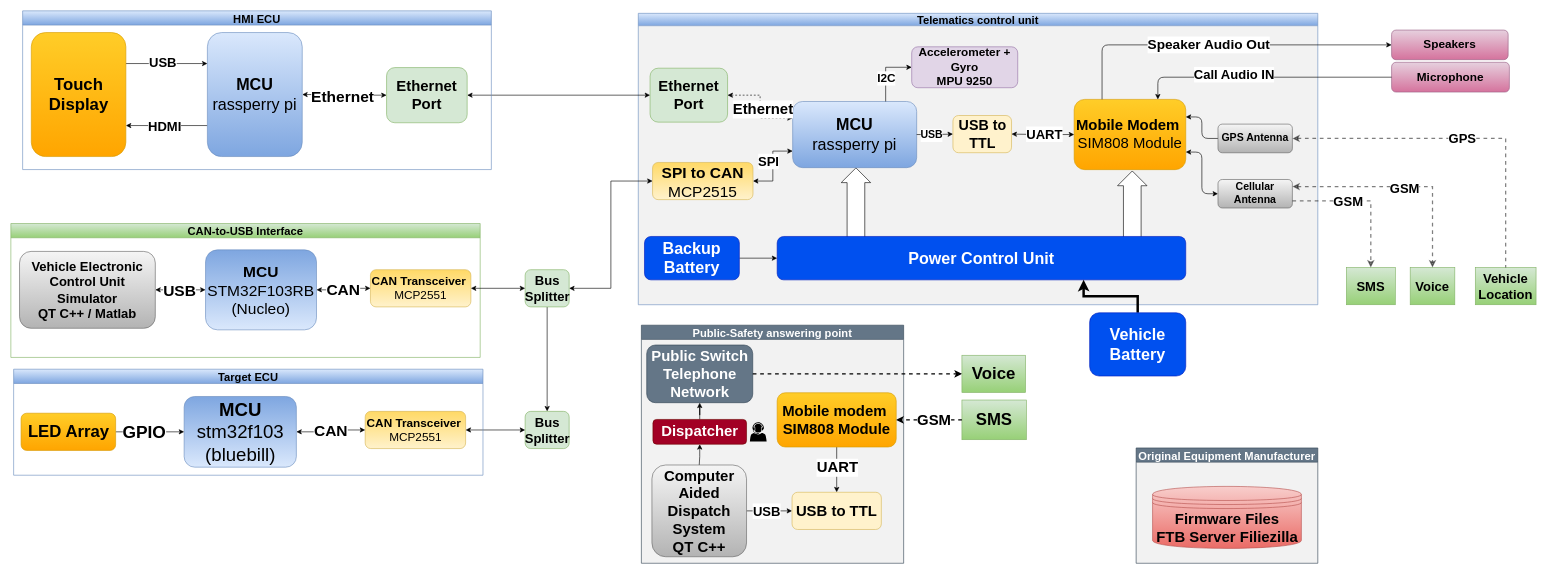
Before: Documentations/BlockDigrams/Valeo V2.drawio in Ahmeddsherrif/GP_TCU, a draw.io diagram. Source tidied: cells renumbered, new cells numbered last; positions are measured from the earlier drawing's top-left corner, leaving out a move shared by most shapes. Both pictures are drawn from the tidied source at 62%, with x=0, y=0 at pixel (11, 11).
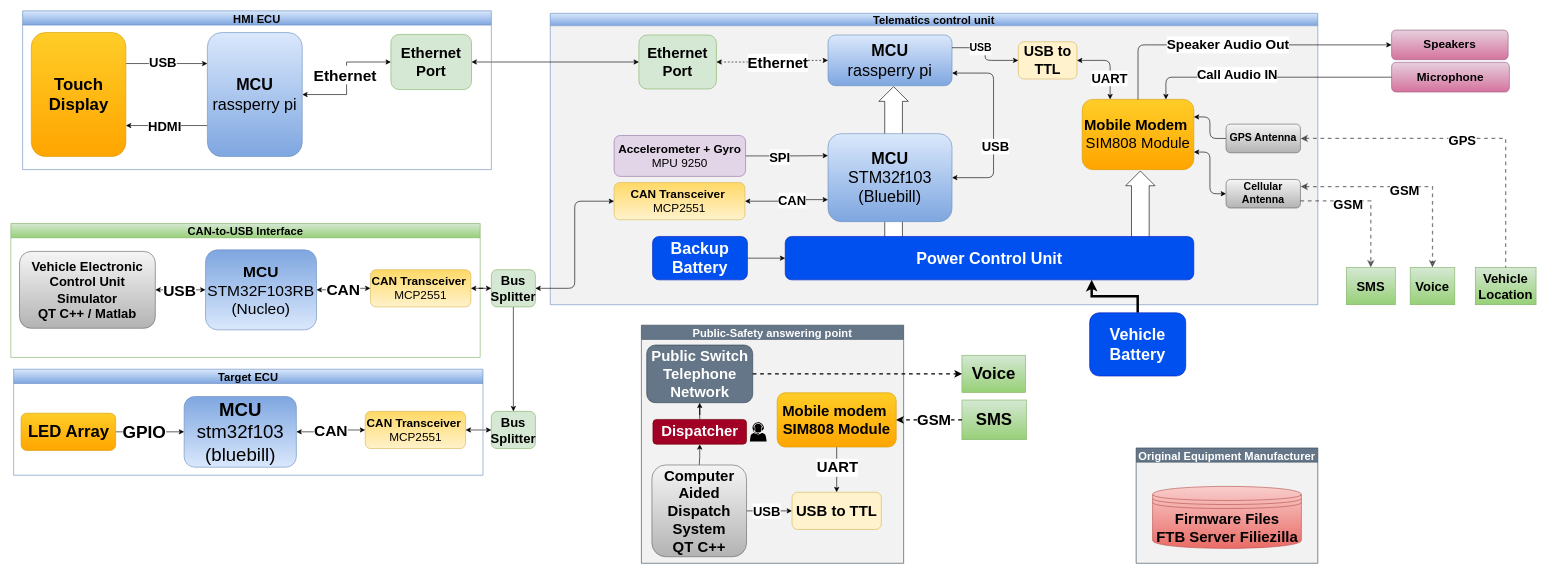
After the change.

The change refers to these unchanged cells:
```xml
<mxCell id="30" value="Speakers" style="rounded=1;whiteSpace=wrap;html=1;fillColor=#e6d0de;strokeColor=#996185;fontSize=19;fontStyle=1;gradientColor=#d5739d;" parent="1" vertex="1">
  <mxGeometry x="2227" y="31" width="188" height="47.8" as="geometry" />
</mxCell>
<mxCell id="80" value="HMI ECU" style="swimlane;fontSize=18;gradientColor=#7ea6e0;fillColor=#dae8fc;strokeColor=#6c8ebf;" parent="1" vertex="1">
  <mxGeometry x="19" width="756" height="256" as="geometry" />
</mxCell>
```

What changed in the source:
```diff
@@
     <mxCell id="4" value="Telematics control unit" style="swimlane;startSize=20;shadow=0;swimlaneFillColor=#F2F2F2;fontStyle=1;fontSize=18;gradientColor=#7ea6e0;fillColor=#dae8fc;strokeColor=#6c8ebf;" parent="1" vertex="1">
-      <mxGeometry x="1012" y="4" width="1096" height="470" as="geometry" />
+      <mxGeometry x="870" y="4" width="1238" height="470" as="geometry" />
     </mxCell>
     <mxCell id="5" style="verticalLabelPosition=bottom;shadow=0;dashed=0;align=center;html=1;verticalAlign=top;shape=mxgraph.electrical.transmission.straightBus;fontSize=26;rotation=-180;fontStyle=1;" parent="4" vertex="1">
-      <mxGeometry x="773" y="254.3" width="47.5" height="114.1" as="geometry" />
+      <mxGeometry x="928" y="254.3" width="47.5" height="114.1" as="geometry" />
     </mxCell>
     <mxCell id="6" style="verticalLabelPosition=bottom;shadow=0;dashed=0;align=center;html=1;verticalAlign=top;shape=mxgraph.electrical.transmission.straightBus;fontSize=26;rotation=-180;fontStyle=1;" parent="4" vertex="1">
-      <mxGeometry x="327.3" y="249.3" width="47.5" height="131.6" as="geometry" />
+      <mxGeometry x="530" y="118.2" width="47.5" height="262.7" as="geometry" />
     </mxCell>
@@
+    <mxCell id="98" style="edgeStyle=orthogonalEdgeStyle;rounded=1;jettySize=auto;html=1;exitX=1;exitY=0.75;exitDx=0;exitDy=0;entryX=1;entryY=0.5;entryDx=0;entryDy=0;startArrow=classic;startFill=1;endArrow=classic;endFill=1;fontSize=21;" parent="4" edge="1" source="8" target="101">
+      <mxGeometry relative="1" as="geometry">
+        <Array as="points">
+          <mxPoint x="715" y="96" />
+          <mxPoint x="715" y="265" />
+        </Array>
+      </mxGeometry>
+    </mxCell>
+    <mxCell id="99" value="USB" style="edgeLabel;html=1;align=center;verticalAlign=middle;fontSize=21;fontStyle=1;" parent="98" vertex="1">
+      <mxGeometry x="0.22" y="2" relative="1" as="geometry" />
+    </mxCell>
     <mxCell id="8" value="&lt;font style=&quot;font-size: 26px&quot;&gt;&lt;span style=&quot;font-size: 26px&quot;&gt;MCU&lt;br style=&quot;font-size: 26px&quot;&gt;&lt;span style=&quot;font-weight: normal ; font-size: 26px&quot;&gt;rassperry pi&lt;/span&gt;&lt;br style=&quot;font-size: 26px&quot;&gt;&lt;/span&gt;&lt;/font&gt;" style="rounded=1;whiteSpace=wrap;html=1;fillColor=#dae8fc;strokeColor=#6c8ebf;fontStyle=1;fontSize=26;gradientColor=#7ea6e0;" parent="4" vertex="1">
-      <mxGeometry x="249" y="142.2" width="200" height="106.7" as="geometry" />
+      <mxGeometry x="448" y="35" width="200" height="81.8" as="geometry" />
     </mxCell>
@@
     <mxCell id="10" value="&lt;font style=&quot;font-size: 24px;&quot;&gt;Mobile Modem&lt;/font&gt;&amp;nbsp;&lt;br style=&quot;font-size: 24px;&quot;&gt;&lt;span style=&quot;font-weight: normal; font-size: 24px;&quot;&gt;SIM808 Module&lt;/span&gt;" style="rounded=1;whiteSpace=wrap;html=1;fillColor=#ffcd28;strokeColor=#d79b00;fontSize=24;fontStyle=1;gradientColor=#ffa500;" parent="4" vertex="1">
-      <mxGeometry x="703" y="138.8" width="180" height="113.3" as="geometry" />
+      <mxGeometry x="858" y="138.8" width="180" height="113.3" as="geometry" />
     </mxCell>
-    <mxCell id="11" style="edgeStyle=orthogonalEdgeStyle;rounded=0;jettySize=auto;html=1;startArrow=classic;startFill=1;endArrow=classic;endFill=1;fontSize=19;fontStyle=1;entryX=0;entryY=0.75;entryDx=0;entryDy=0;" parent="4" edge="1" source="18" target="8">
-      <mxGeometry relative="1" as="geometry" />
-    </mxCell>
-    <mxCell id="12" value="&lt;span&gt;&lt;font style=&quot;font-size: 21px&quot;&gt;SPI&lt;/font&gt;&lt;/span&gt;" style="edgeLabel;html=1;align=center;verticalAlign=middle;fontSize=19;fontStyle=1;" parent="11" vertex="1">
-      <mxGeometry x="0.12" y="-2" relative="1" as="geometry">
-        <mxPoint x="-9.7" y="-1.3" as="offset" />
-      </mxGeometry>
-    </mxCell>
     <mxCell id="13" value="Cellular Antenna" style="rounded=1;whiteSpace=wrap;html=1;fillColor=#f5f5f5;strokeColor=#666666;fontSize=17;fontStyle=1;gradientColor=#b3b3b3;" parent="4" vertex="1">
-      <mxGeometry x="935" y="268" width="120" height="46" as="geometry" />
+      <mxGeometry x="1090" y="268" width="120" height="46" as="geometry" />
     </mxCell>
     <mxCell id="14" value="GPS Antenna" style="rounded=1;whiteSpace=wrap;html=1;fillColor=#f5f5f5;strokeColor=#666666;fontSize=17;fontStyle=1;gradientColor=#b3b3b3;" parent="4" vertex="1">
-      <mxGeometry x="935" y="178.7" width="120" height="46.2" as="geometry" />
+      <mxGeometry x="1090" y="178.7" width="120" height="46.2" as="geometry" />
     </mxCell>
-    <mxCell id="15" style="edgeStyle=orthogonalEdgeStyle;rounded=0;jettySize=auto;html=1;entryX=0.75;entryY=0;entryDx=0;entryDy=0;endArrow=none;endFill=0;strokeWidth=1;fontSize=19;startArrow=classic;startFill=1;exitX=0;exitY=0.5;exitDx=0;exitDy=0;fontStyle=1;" parent="4" edge="1" source="17" target="8">
-      <mxGeometry relative="1" as="geometry" />
-    </mxCell>
-    <mxCell id="16" value="I2C" style="edgeLabel;html=1;align=center;verticalAlign=middle;fontSize=19;fontStyle=1;" parent="15" vertex="1">
-      <mxGeometry x="0.22" relative="1" as="geometry" />
-    </mxCell>
+    <mxCell id="100" style="edgeStyle=orthogonalEdgeStyle;rounded=1;jettySize=auto;html=1;entryX=0;entryY=0.25;entryDx=0;entryDy=0;startArrow=none;startFill=0;endArrow=classic;endFill=1;fontSize=21;" parent="4" edge="1" source="17" target="101">
+      <mxGeometry relative="1" as="geometry" />
+    </mxCell>
+    <mxCell id="12" value="SPI" style="edgeLabel;html=1;align=center;verticalAlign=middle;fontSize=21;fontStyle=1;" parent="100" vertex="1">
+      <mxGeometry x="-0.19" y="-1" relative="1" as="geometry" />
+    </mxCell>
-    <mxCell id="17" value="Accelerometer + Gyro&lt;br style=&quot;font-size: 19px;&quot;&gt;&lt;span style=&quot;font-size: 19px;&quot;&gt;MPU 9250&lt;/span&gt;" style="rounded=1;whiteSpace=wrap;html=1;fillColor=#e1d5e7;strokeColor=#9673a6;fontStyle=1;fontSize=19;" parent="4" vertex="1">
-      <mxGeometry x="441" y="54" width="171" height="66" as="geometry" />
+    <mxCell id="17" value="Accelerometer + Gyro&lt;br style=&quot;font-size: 19px&quot;&gt;&lt;span style=&quot;font-size: 19px ; font-weight: normal&quot;&gt;MPU 9250&lt;/span&gt;" style="rounded=1;whiteSpace=wrap;html=1;fillColor=#e1d5e7;strokeColor=#9673a6;fontStyle=1;fontSize=19;" parent="4" vertex="1">
+      <mxGeometry x="103" y="197" width="212" height="66" as="geometry" />
     </mxCell>
-    <mxCell id="18" value="SPI to CAN&lt;br style=&quot;font-size: 25px&quot;&gt;&lt;span style=&quot;font-size: 25px ; font-weight: normal&quot;&gt;MCP2515&lt;/span&gt;" style="rounded=1;whiteSpace=wrap;html=1;fontStyle=1;fontSize=25;fillColor=#fff2cc;strokeColor=#d6b656;gradientColor=#ffd966;direction=west;" parent="4" vertex="1">
-      <mxGeometry x="23" y="240.5" width="162" height="60" as="geometry" />
-    </mxCell>
@@
     <mxCell id="20" value="&lt;font style=&quot;font-size: 26px;&quot;&gt;Backup Battery&lt;/font&gt;" style="rounded=1;whiteSpace=wrap;html=1;fontStyle=1;fontSize=26;fillColor=#0050ef;strokeColor=#001DBC;fontColor=#ffffff;" parent="4" vertex="1">
-      <mxGeometry x="10" y="359.9" width="153" height="70" as="geometry" />
+      <mxGeometry x="165" y="359.9" width="153" height="70" as="geometry" />
     </mxCell>
     <mxCell id="21" value="&lt;span style=&quot;font-size: 26px;&quot;&gt;&lt;font style=&quot;font-size: 26px;&quot;&gt;Power Control Unit&lt;/font&gt;&lt;/span&gt;" style="rounded=1;whiteSpace=wrap;html=1;fontSize=26;fillColor=#0050ef;strokeColor=#001DBC;fontColor=#ffffff;fontStyle=1;" parent="4" vertex="1">
-      <mxGeometry x="224" y="359.9" width="659" height="70" as="geometry" />
+      <mxGeometry x="379" y="359.9" width="659" height="70" as="geometry" />
     </mxCell>
     <mxCell id="22" value="Ethernet Port" style="rounded=1;whiteSpace=wrap;html=1;fontSize=24;fillColor=#d5e8d4;strokeColor=#82b366;fontStyle=1;" parent="4" vertex="1">
-      <mxGeometry x="19" y="88.5" width="125" height="87" as="geometry" />
+      <mxGeometry x="143" y="35" width="125" height="87" as="geometry" />
     </mxCell>
-    <mxCell id="23" style="edgeStyle=orthogonalEdgeStyle;rounded=0;jettySize=auto;html=1;fontSize=19;startArrow=classic;startFill=1;dashed=1;fontStyle=1;entryX=0;entryY=0.25;entryDx=0;entryDy=0;" parent="4" edge="1" source="22" target="8">
+    <mxCell id="23" style="edgeStyle=orthogonalEdgeStyle;rounded=0;jettySize=auto;html=1;fontSize=19;startArrow=classic;startFill=1;dashed=1;fontStyle=1;entryX=0;entryY=0.5;entryDx=0;entryDy=0;" parent="4" edge="1" source="22" target="8">
       <mxGeometry relative="1" as="geometry" />
     </mxCell>
@@
     <mxCell id="25" value="USB to TTL" style="rounded=1;whiteSpace=wrap;html=1;fillColor=#fff2cc;strokeColor=#d6b656;fontStyle=1;fontSize=23;" parent="4" vertex="1">
-      <mxGeometry x="507.5" y="164.8" width="94.5" height="60" as="geometry" />
+      <mxGeometry x="755" y="45.9" width="94.5" height="60" as="geometry" />
     </mxCell>
-    <mxCell id="26" style="edgeStyle=orthogonalEdgeStyle;rounded=1;jettySize=auto;html=1;startArrow=classic;startFill=1;fontStyle=1;" parent="4" edge="1" source="10" target="25">
+    <mxCell id="26" style="edgeStyle=orthogonalEdgeStyle;rounded=1;jettySize=auto;html=1;startArrow=classic;startFill=1;fontStyle=1;exitX=0.25;exitY=0;exitDx=0;exitDy=0;entryX=1;entryY=0.5;entryDx=0;entryDy=0;" parent="4" edge="1" source="10" target="25">
       <mxGeometry relative="1" as="geometry" />
     </mxCell>
     <mxCell id="27" value="&lt;font style=&quot;font-size: 21px&quot;&gt;UART&lt;/font&gt;" style="edgeLabel;html=1;align=center;verticalAlign=middle;fontSize=17;fontStyle=1;" parent="26" vertex="1">
       <mxGeometry x="-0.15" relative="1" as="geometry">
-        <mxPoint x="-5.4" y="-1" as="offset" />
+        <mxPoint x="-2" y="14.2" as="offset" />
       </mxGeometry>
     </mxCell>
-    <mxCell id="28" style="edgeStyle=orthogonalEdgeStyle;rounded=0;jettySize=auto;html=1;fontStyle=1;" parent="4" edge="1" source="8" target="25">
+    <mxCell id="28" style="edgeStyle=orthogonalEdgeStyle;rounded=1;jettySize=auto;html=1;fontStyle=1;entryX=0;entryY=0.5;entryDx=0;entryDy=0;exitX=1;exitY=0.25;exitDx=0;exitDy=0;" parent="4" edge="1" source="8" target="25">
       <mxGeometry relative="1" as="geometry" />
     </mxCell>
@@
+    <mxCell id="101" value="&lt;font style=&quot;font-size: 26px&quot;&gt;&lt;span style=&quot;font-size: 26px&quot;&gt;MCU&lt;br style=&quot;font-size: 26px&quot;&gt;&lt;span style=&quot;font-weight: normal ; font-size: 26px&quot;&gt;STM32f103&lt;br&gt;&lt;/span&gt;&lt;span style=&quot;font-weight: normal&quot;&gt;(Bluebill)&lt;/span&gt;&lt;br style=&quot;font-size: 26px&quot;&gt;&lt;/span&gt;&lt;/font&gt;" style="rounded=1;whiteSpace=wrap;html=1;fillColor=#dae8fc;strokeColor=#6c8ebf;fontStyle=1;fontSize=26;gradientColor=#7ea6e0;" parent="4" vertex="1">
+      <mxGeometry x="448" y="194.1" width="200" height="141.9" as="geometry" />
+    </mxCell>
+    <mxCell id="102" style="edgeStyle=orthogonalEdgeStyle;rounded=1;jettySize=auto;html=1;startArrow=classic;startFill=1;endArrow=classic;endFill=1;fontSize=21;entryX=0;entryY=0.75;entryDx=0;entryDy=0;" parent="4" edge="1" source="104" target="101">
+      <mxGeometry relative="1" as="geometry" />
+    </mxCell>
+    <mxCell id="103" value="CAN" style="edgeLabel;html=1;align=center;verticalAlign=middle;fontSize=21;fontStyle=1;" parent="102" vertex="1">
+      <mxGeometry x="0.14" y="-1" relative="1" as="geometry" />
+    </mxCell>
+    <mxCell id="104" value="CAN Transceiver&amp;nbsp;&lt;br style=&quot;font-size: 19px&quot;&gt;&lt;span style=&quot;font-size: 19px ; font-weight: normal&quot;&gt;&lt;font style=&quot;font-size: 19px&quot;&gt;MCP2551&lt;/font&gt;&lt;/span&gt;" style="rounded=1;whiteSpace=wrap;html=1;fontStyle=1;fontSize=19;fillColor=#fff2cc;strokeColor=#d6b656;gradientColor=#ffd966;direction=west;" parent="4" vertex="1">
+      <mxGeometry x="103" y="273" width="211" height="60" as="geometry" />
+    </mxCell>
@@
-    <mxCell id="40" style="edgeStyle=orthogonalEdgeStyle;rounded=1;jumpStyle=arc;jumpSize=14;jettySize=auto;html=1;entryX=0;entryY=0.5;entryDx=0;entryDy=0;exitX=0.25;exitY=0;exitDx=0;exitDy=0;fontStyle=1;" parent="1" edge="1" source="10" target="30">
+    <mxCell id="40" style="edgeStyle=orthogonalEdgeStyle;rounded=1;jumpStyle=arc;jumpSize=14;jettySize=auto;html=1;entryX=0;entryY=0.5;entryDx=0;entryDy=0;exitX=0.5;exitY=0;exitDx=0;exitDy=0;fontStyle=1;" parent="1" edge="1" source="10" target="30">
       <mxGeometry relative="1" as="geometry" />
     </mxCell>
@@
     <mxCell id="56" value="Bus Splitter" style="rounded=1;whiteSpace=wrap;html=1;fontSize=21;fillColor=#d5e8d4;strokeColor=#82b366;fontStyle=1;" parent="1" vertex="1">
-      <mxGeometry x="829.5" y="417.5" width="71" height="60" as="geometry" />
+      <mxGeometry x="775" y="417.5" width="71" height="60" as="geometry" />
     </mxCell>
@@
-    <mxCell id="58" style="edgeStyle=orthogonalEdgeStyle;rounded=0;jettySize=auto;html=1;startArrow=classic;startFill=1;endArrow=classic;endFill=1;fontSize=17;fontStyle=1;entryX=1;entryY=0.5;entryDx=0;entryDy=0;" parent="1" edge="1" source="18" target="56">
-      <mxGeometry relative="1" as="geometry" />
-    </mxCell>
     <mxCell id="59" value="Bus Splitter" style="rounded=1;whiteSpace=wrap;html=1;fontSize=21;fillColor=#d5e8d4;strokeColor=#82b366;fontStyle=1;" parent="1" vertex="1">
-      <mxGeometry x="829.5" y="646" width="71" height="60" as="geometry" />
+      <mxGeometry x="775" y="646" width="71" height="60" as="geometry" />
     </mxCell>
@@
     <mxCell id="81" value="Ethernet Port" style="rounded=1;whiteSpace=wrap;html=1;fontSize=24;fillColor=#d5e8d4;strokeColor=#82b366;fontStyle=1;" parent="80" vertex="1">
-      <mxGeometry x="587" y="91.5" width="130" height="89" as="geometry" />
+      <mxGeometry x="594" y="38" width="130" height="89" as="geometry" />
     </mxCell>
@@
+    <mxCell id="105" style="edgeStyle=orthogonalEdgeStyle;rounded=1;jettySize=auto;html=1;entryX=1;entryY=0.5;entryDx=0;entryDy=0;startArrow=classic;startFill=1;endArrow=classic;endFill=1;fontSize=21;" parent="1" edge="1" source="104" target="56">
+      <mxGeometry relative="1" as="geometry" />
+    </mxCell>
```
